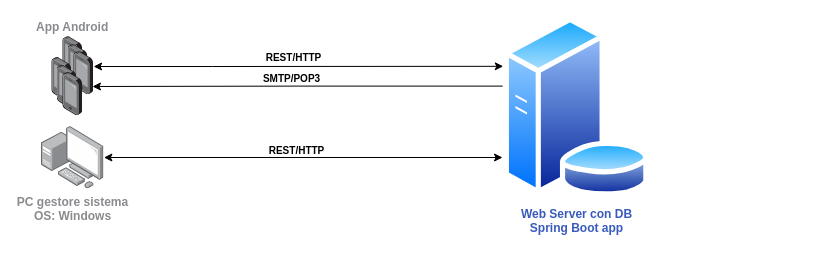
Above: Documentazione/Iterazione 0/Topologia_v1.drawio in PellegrinelliSean/Progetto_PAC_Pellegrinelli (draw.io), before the change. Source tidied: cells renumbered, new cells numbered last; positions are measured from the earlier drawing's top-left corner, leaving out a move shared by most shapes. Both pictures are drawn from the tidied source at 100%, with x=0, y=0 at pixel (41, 16).
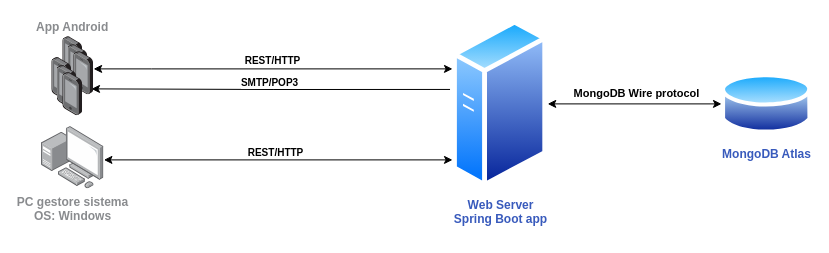
The same page after the edit.

The change refers to these unchanged cells:
```xml
<mxCell id="4" value="PC gestore sistema&lt;br&gt;OS: Windows" style="points=[];html=1;align=center;shadow=0;dashed=0;image;image=img/lib/allied_telesis/computer_and_terminals/Personal_Computer_with_Server.svg;imageBackground=none;fontColor=#898B8E;fontStyle=1;" parent="1" vertex="1">
  <mxGeometry y="110" width="62.4" height="62.4" as="geometry" />
</mxCell>
<mxCell id="10" style="points=[];html=1;align=center;shadow=0;dashed=0;image;image=img/lib/allied_telesis/computer_and_terminals/Smartphone.svg;strokeColor=default;fillColor=#B266FF;gradientColor=#000099;" parent="7" vertex="1">
  <mxGeometry x="22" y="15.1" width="19.8" height="43.2" as="geometry" />
</mxCell>
```

Change to the diagram source:
```diff
@@
     <mxCell id="2" style="edgeStyle=orthogonalEdgeStyle;rounded=0;jettySize=auto;html=1;fontSize=10;fontColor=#000000;startArrow=classic;startFill=1;endArrow=classic;endFill=1;" parent="1" edge="1" source="4">
       <mxGeometry relative="1" as="geometry">
-        <mxPoint x="461" y="141" as="targetPoint" />
+        <mxPoint x="411" y="143.4" as="targetPoint" />
         <Array as="points">
-          <mxPoint x="461" y="141" />
+          <mxPoint x="411" y="143.4" />
         </Array>
       </mxGeometry>
     </mxCell>
@@
-    <mxCell id="5" style="edgeStyle=orthogonalEdgeStyle;rounded=0;jettySize=auto;html=1;fontSize=12;fontColor=#385ABC;startArrow=none;startFill=0;endArrow=classic;endFill=1;exitX=-0.001;exitY=0.384;exitDx=0;exitDy=0;exitPerimeter=0;" parent="1" edge="1" source="14">
-      <mxGeometry relative="1" as="geometry">
-        <mxPoint x="51" y="70" as="targetPoint" />
-      </mxGeometry>
+    <mxCell id="5" style="edgeStyle=orthogonalEdgeStyle;rounded=0;jettySize=auto;html=1;fontSize=12;fontColor=#385ABC;startArrow=none;startFill=0;endArrow=classic;endFill=1;exitX=-0.026;exitY=0.415;exitDx=0;exitDy=0;exitPerimeter=0;entryX=0.894;entryY=0.863;entryDx=0;entryDy=0;entryPerimeter=0;" parent="1" edge="1" source="17" target="10">
+      <mxGeometry relative="1" as="geometry" />
     </mxCell>
     <mxCell id="6" value="SMTP/POP3" style="edgeLabel;html=1;align=center;verticalAlign=middle;fontSize=10;fontColor=#000000;fontStyle=1;" parent="5" vertex="1">
       <mxGeometry x="0.19" y="1" relative="1" as="geometry">
-        <mxPoint x="32" y="-10" as="offset" />
+        <mxPoint x="32" y="-8" as="offset" />
       </mxGeometry>
     </mxCell>
@@
-    <mxCell id="14" value="&lt;font color=&quot;#385abc&quot; style=&quot;font-size: 12px;&quot;&gt;&lt;b style=&quot;font-size: 12px;&quot;&gt;Web Server con DB&lt;br style=&quot;border-color: var(--border-color); font-size: 12px;&quot;&gt;&lt;span style=&quot;font-size: 12px; background-color: rgb(255, 255, 255);&quot;&gt;Spring Boot app&lt;/span&gt;&lt;/b&gt;&lt;/font&gt;" style="perimeter=ellipsePerimeter;html=1;align=center;shadow=0;dashed=0;spacingTop=3;image;image=img/lib/active_directory/database_server.svg;labelBackgroundColor=none;labelBorderColor=none;strokeColor=default;fontSize=12;fontColor=#000000;fillColor=#B266FF;gradientColor=#000099;" parent="1" vertex="1">
-      <mxGeometry x="461.3" y="0.5" width="147.6" height="180" as="geometry" />
-    </mxCell>
-    <mxCell id="15" style="edgeStyle=orthogonalEdgeStyle;rounded=0;jettySize=auto;html=1;fontSize=10;fontColor=#000000;startArrow=classic;startFill=1;endArrow=classic;endFill=1;entryX=0.003;entryY=0.274;entryDx=0;entryDy=0;entryPerimeter=0;" parent="1" edge="1" source="10" target="14">
+    <mxCell id="15" style="edgeStyle=orthogonalEdgeStyle;rounded=0;jettySize=auto;html=1;fontSize=10;fontColor=#000000;startArrow=classic;startFill=1;endArrow=classic;endFill=1;entryX=0;entryY=0.294;entryDx=0;entryDy=0;entryPerimeter=0;" parent="1" edge="1" source="10" target="17">
       <mxGeometry relative="1" as="geometry">
         <Array as="points">
-          <mxPoint x="171" y="50" />
-          <mxPoint x="171" y="50" />
+          <mxPoint x="110" y="52.4" />
+          <mxPoint x="110" y="52.4" />
         </Array>
       </mxGeometry>
     </mxCell>
@@
+    <mxCell id="17" value="Web Server&lt;br&gt;Spring Boot app" style="perimeter=ellipsePerimeter;html=1;align=center;shadow=0;dashed=0;spacingTop=3;image;image=img/lib/active_directory/generic_server.svg;fontColor=#385abc;fontStyle=1;" parent="1" vertex="1">
+      <mxGeometry x="411" y="2.4" width="95.2" height="170" as="geometry" />
+    </mxCell>
+    <mxCell id="18" value="MongoDB Atlas" style="perimeter=ellipsePerimeter;html=1;align=center;shadow=0;dashed=0;spacingTop=3;image;image=img/lib/active_directory/database.svg;fontColor=#385abc;fontStyle=1;" parent="1" vertex="1">
+      <mxGeometry x="680" y="53.9" width="90.5" height="67" as="geometry" />
+    </mxCell>
+    <mxCell id="19" style="endArrow=classic;startArrow=classic;html=1;rounded=0;fontColor=#385abc;entryX=0;entryY=0.5;entryDx=0;entryDy=0;" parent="1" edge="1" source="17" target="18">
+      <mxGeometry relative="1" as="geometry" />
+    </mxCell>
+    <mxCell id="20" value="MongoDB Wire protocol" style="text;html=1;align=center;verticalAlign=middle;strokeColor=none;fillColor=none;fontColor=#000000;fontSize=11;fontStyle=1;" parent="1" vertex="1">
+      <mxGeometry x="520" y="62.4" width="150" height="30" as="geometry" />
+    </mxCell>
```
